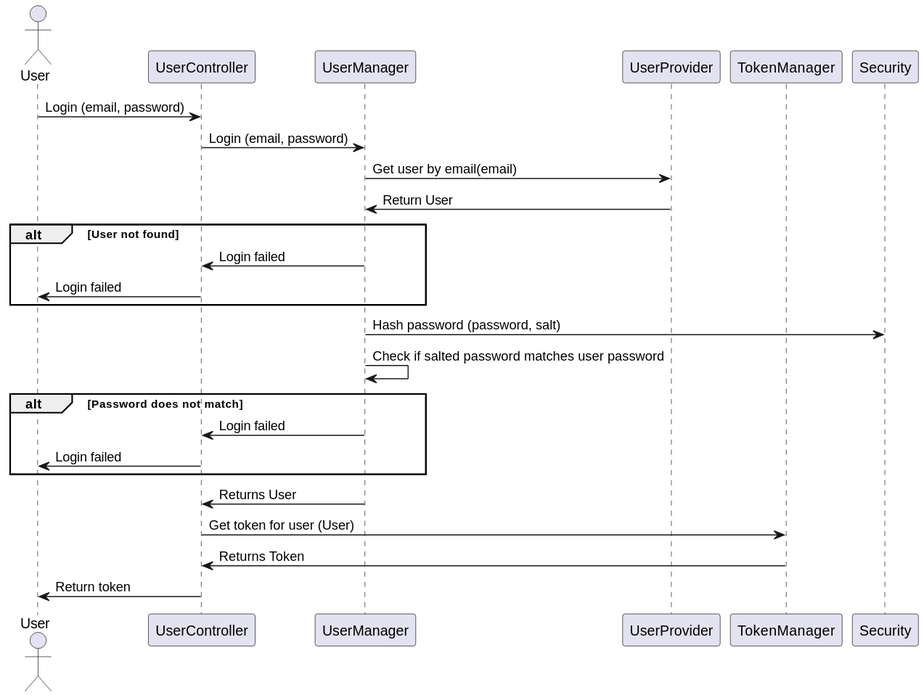
Earlier version of the PlantUML export Docs/out/SDDiagrams/LoginSD/Login SD.svg (blackout1471/trust-us-school).
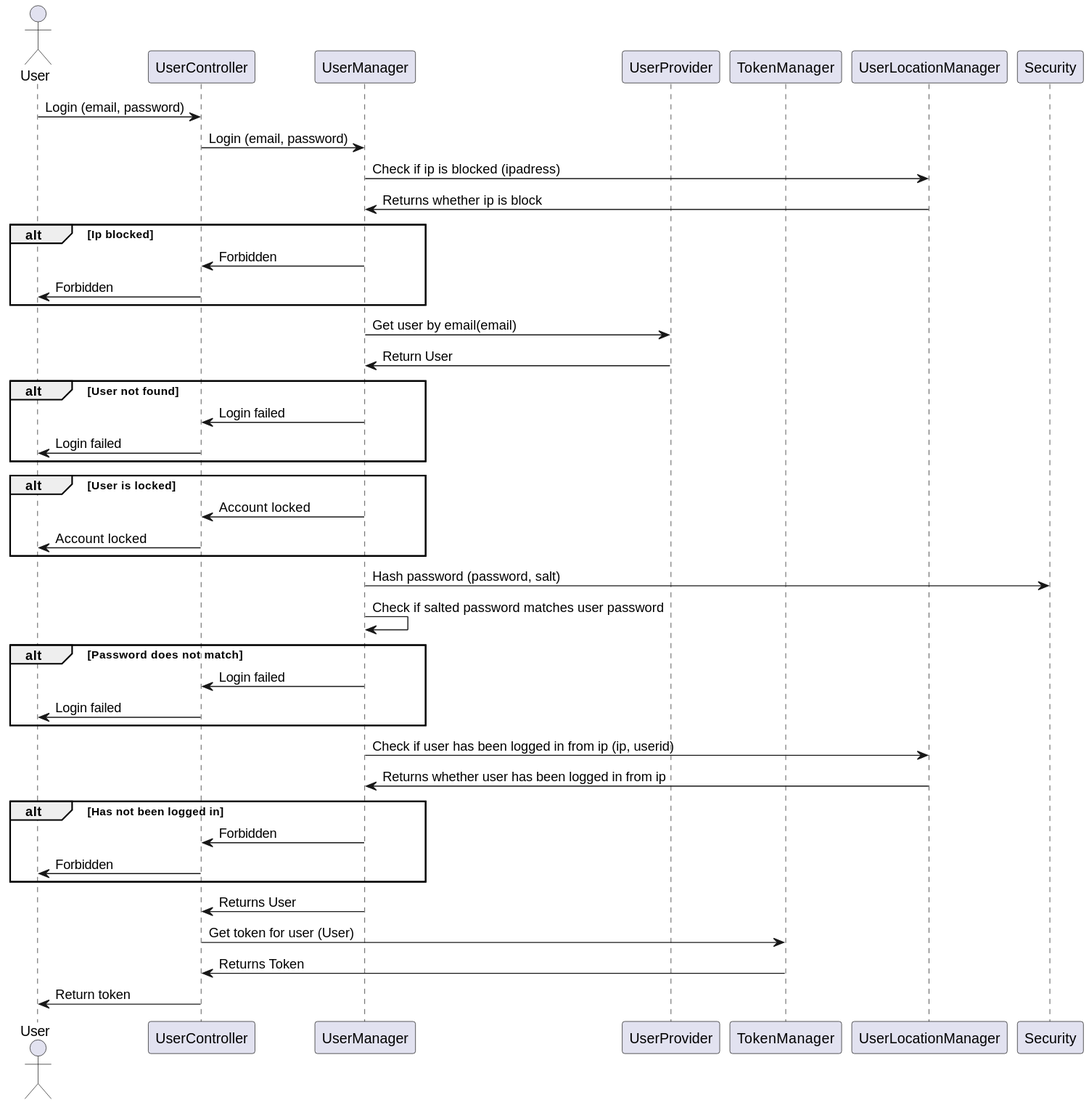
The same file after the commit.

Diff of the diagram source:
```diff
@@ -5,17 +5,34 @@
 participant UserManager
 participant UserProvider
 participant TokenManager
+participant UserLocationManager
 participant Security
 
 User->UserController: Login (email, password)
 UserController->UserManager: Login (email, password)
+UserManager->UserLocationManager: Check if ip is blocked (ipadress)
+UserLocationManager->UserManager: Returns whether ip is block
+
+alt Ip blocked
+UserManager->UserController: Forbidden
+UserController->User: Forbidden
+end
+
 UserManager->UserProvider: Get user by email(email)
 UserProvider->UserManager: Return User
+
 
 alt User not found
 
 UserManager->UserController: Login failed
 UserController->User: Login failed
+
+end
+
+alt User is locked
+
+UserManager->UserController: Account locked
+UserController->User: Account locked
 
 end
 
@@ -29,6 +46,17 @@
 
 end
 
+
+UserManager->UserLocationManager: Check if user has been logged in from ip (ip, userid)
+UserLocationManager->UserManager: Returns whether user has been logged in from ip
+
+alt Has not been logged in
+
+UserManager->UserController: Forbidden
+UserController->User: Forbidden
+
+end
+
 UserManager->UserController: Returns User
 UserController->TokenManager: Get token for user (User)
 TokenManager->UserController: Returns Token
```
